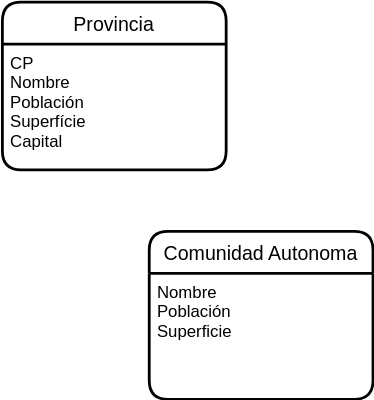
Earlier version of the draw.io export UD12-3.svg (Jimxx22/C3-UD11-UML). Source tidied: cells renumbered, new cells last; positions are measured from the earlier drawing's top-left corner, leaving out a move shared by most shapes.
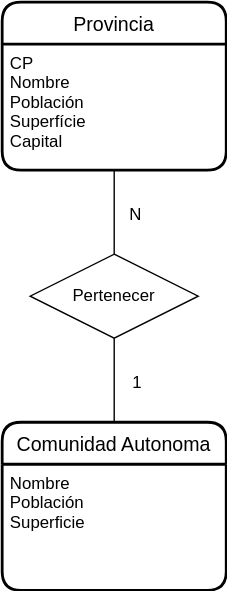
Later version of the same file.

Commit message:
Relacion Provincia_Comunidad

Diff of the diagram source:
```diff
@@ -3,16 +3,35 @@
     <mxCell id="0" />
     <mxCell id="1" parent="0" />
     <mxCell id="2" value="Comunidad Autonoma" style="swimlane;horizontal=1;startSize=30;rounded=1;fontSize=14;fontStyle=0;strokeWidth=2;shadow=0;dashed=0;align=center;" parent="1" vertex="1">
-      <mxGeometry x="105" y="164" width="160" height="120" as="geometry" />
+      <mxGeometry x="240" y="270" width="160" height="120" as="geometry" />
     </mxCell>
     <mxCell id="3" value="Nombre&#10;Población&#10;Superficie" style="align=left;strokeColor=none;fillColor=none;spacingLeft=4;fontSize=12;verticalAlign=top;" parent="2" vertex="1">
       <mxGeometry y="30" width="160" height="90" as="geometry" />
     </mxCell>
     <mxCell id="4" value="Provincia" style="swimlane;horizontal=1;startSize=30;rounded=1;fontSize=14;fontStyle=0;strokeWidth=2;shadow=0;dashed=0;align=center;html=0;" parent="1" vertex="1">
-      <mxGeometry width="160" height="120" as="geometry" />
+      <mxGeometry x="240" y="-30" width="160" height="120" as="geometry" />
     </mxCell>
     <mxCell id="5" value="CP&#10;Nombre&#10;Población&#10;Superfície&#10;Capital&#10;&#10;&#10;&#10;&#10;" style="align=left;strokeColor=none;fillColor=none;spacingLeft=4;fontSize=12;verticalAlign=top;html=0;" parent="4" vertex="1">
       <mxGeometry y="30" width="160" height="90" as="geometry" />
     </mxCell>
+    <mxCell id="6" value="Pertenecer" style="shape=rhombus;perimeter=rhombusPerimeter;whiteSpace=wrap;html=1;align=center;" parent="1" vertex="1">
+      <mxGeometry x="260" y="150" width="120" height="60" as="geometry" />
+    </mxCell>
+    <mxCell id="7" style="endArrow=none;html=1;rounded=0;entryX=0.5;entryY=0;entryDx=0;entryDy=0;exitX=0.5;exitY=1;exitDx=0;exitDy=0;" parent="1" edge="1" source="6" target="2">
+      <mxGeometry relative="1" as="geometry" />
+    </mxCell>
+    <mxCell id="8" value="1" style="html=1;align=right;verticalAlign=bottom;" parent="7" vertex="1">
+      <mxGeometry x="1" relative="1" as="geometry">
+        <mxPoint x="20" y="-20" as="offset" />
+      </mxGeometry>
+    </mxCell>
+    <mxCell id="9" style="endArrow=none;html=1;rounded=0;entryX=0.5;entryY=1;entryDx=0;entryDy=0;exitX=0.5;exitY=0;exitDx=0;exitDy=0;" parent="1" edge="1" source="6" target="5">
+      <mxGeometry relative="1" as="geometry" />
+    </mxCell>
+    <mxCell id="10" value="N" style="html=1;align=right;verticalAlign=bottom;" parent="9" vertex="1">
+      <mxGeometry x="1" relative="1" as="geometry">
+        <mxPoint x="20" y="40" as="offset" />
+      </mxGeometry>
+    </mxCell>
   </root>
 </mxGraphModel>
```
